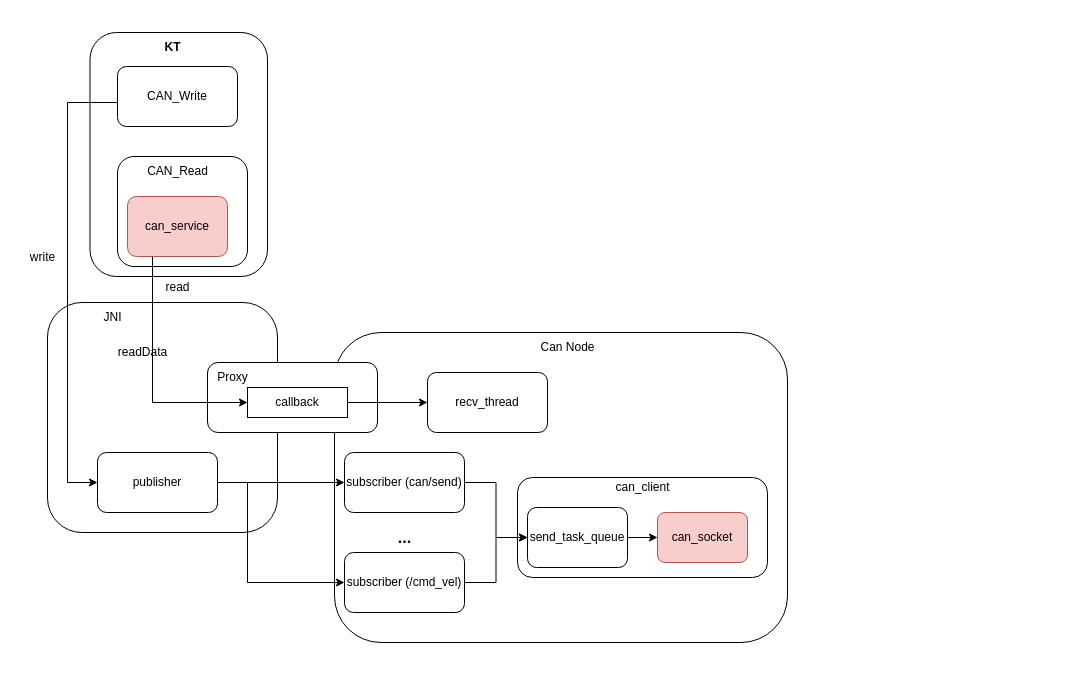
Before: page "双CAN代码+主从板结构示意图" (11 of 11) of nvq hardware学习.drawio in Jev0987/drawioFile, a draw.io diagram. Source tidied: cells renumbered, new cells numbered last; positions are measured from the earlier drawing's top-left corner, leaving out a move shared by most shapes. Both pictures are drawn from the tidied source at 100%, with x=0, y=0 at pixel (17, 32).
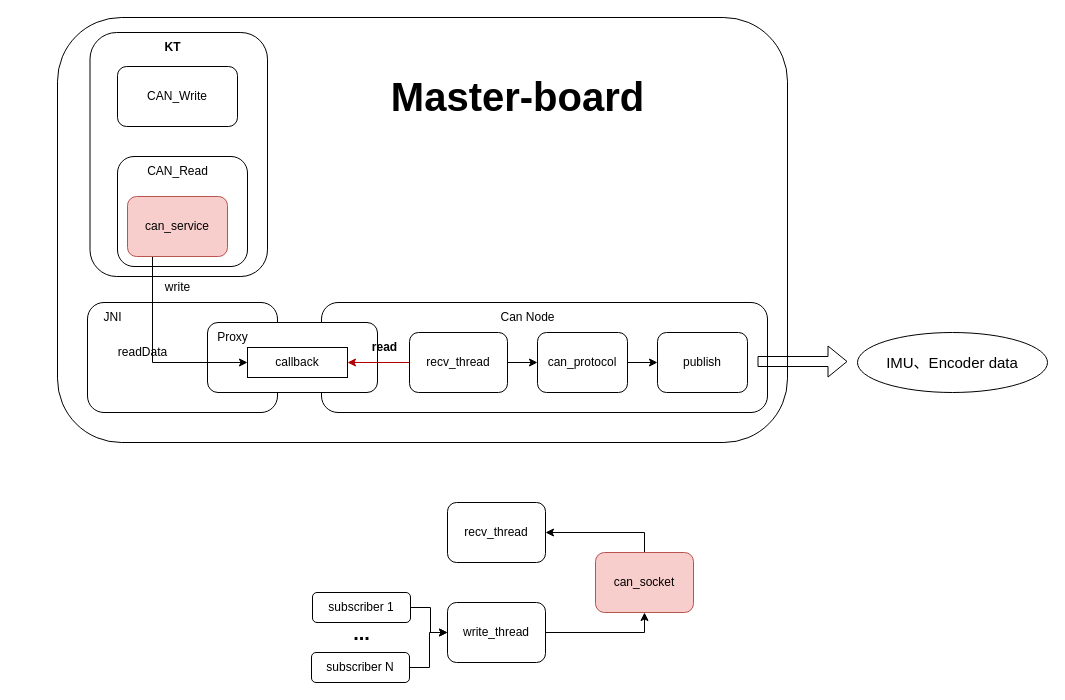
The same page after the edit.

The change refers to these unchanged cells:
```xml
<mxCell id="28" value="CAN_Write" style="rounded=1;whiteSpace=wrap;html=1;" parent="1" vertex="1">
  <mxGeometry x="100" y="34" width="120" height="60" as="geometry" />
</mxCell>
```

Diff of the diagram source:
```diff
@@
+    <mxCell id="35" style="rounded=1;whiteSpace=wrap;html=1;" parent="1" vertex="1">
+      <mxGeometry x="40" y="-15" width="730" height="425" as="geometry" />
+    </mxCell>
@@
     <mxCell id="4" style="rounded=1;whiteSpace=wrap;html=1;" parent="1" vertex="1">
-      <mxGeometry x="317" y="300" width="453" height="310" as="geometry" />
+      <mxGeometry x="304" y="270" width="446" height="110" as="geometry" />
     </mxCell>
-    <mxCell id="5" style="rounded=1;whiteSpace=wrap;html=1;" parent="1" vertex="1">
-      <mxGeometry x="500" y="445" width="250" height="100" as="geometry" />
-    </mxCell>
     <mxCell id="6" style="rounded=1;whiteSpace=wrap;html=1;" parent="1" vertex="1">
-      <mxGeometry x="30" y="270" width="230" height="230" as="geometry" />
+      <mxGeometry x="70" y="270" width="190" height="110" as="geometry" />
     </mxCell>
     <mxCell id="7" style="rounded=1;whiteSpace=wrap;html=1;" parent="1" vertex="1">
-      <mxGeometry x="190" y="330" width="170" height="70" as="geometry" />
+      <mxGeometry x="190" y="290" width="170" height="70" as="geometry" />
     </mxCell>
-    <mxCell id="8" style="edgeStyle=orthogonalEdgeStyle;rounded=0;jettySize=auto;html=1;exitX=1;exitY=0.5;exitDx=0;exitDy=0;entryX=0;entryY=0.5;entryDx=0;entryDy=0;" parent="1" edge="1" source="10" target="19">
-      <mxGeometry relative="1" as="geometry" />
-    </mxCell>
-    <mxCell id="9" style="edgeStyle=orthogonalEdgeStyle;rounded=0;jettySize=auto;html=1;exitX=1;exitY=0.5;exitDx=0;exitDy=0;entryX=0;entryY=0.5;entryDx=0;entryDy=0;" parent="1" edge="1" source="10" target="21">
-      <mxGeometry relative="1" as="geometry">
-        <Array as="points">
-          <mxPoint x="230" y="450" />
-          <mxPoint x="230" y="550" />
-        </Array>
-      </mxGeometry>
-    </mxCell>
-    <mxCell id="10" value="publisher" style="rounded=1;whiteSpace=wrap;html=1;" parent="1" vertex="1">
-      <mxGeometry x="80" y="420" width="120" height="60" as="geometry" />
-    </mxCell>
-    <mxCell id="11" style="edgeStyle=orthogonalEdgeStyle;rounded=0;jettySize=auto;html=1;exitX=0;exitY=0.5;exitDx=0;exitDy=0;entryX=0;entryY=0.5;entryDx=0;entryDy=0;" parent="1" edge="1" source="28" target="10">
-      <mxGeometry relative="1" as="geometry">
-        <Array as="points">
-          <mxPoint x="50" y="70" />
-          <mxPoint x="50" y="450" />
-        </Array>
-      </mxGeometry>
-    </mxCell>
@@
-    <mxCell id="15" value="can_client" style="text;html=1;align=center;verticalAlign=middle;strokeColor=none;fillColor=none;" parent="1" vertex="1">
-      <mxGeometry x="585" y="440" width="80" height="30" as="geometry" />
-    </mxCell>
     <mxCell id="16" value="Can Node" style="text;html=1;align=center;verticalAlign=middle;strokeColor=none;fillColor=none;" parent="1" vertex="1">
-      <mxGeometry x="510" y="300" width="80" height="30" as="geometry" />
+      <mxGeometry x="470" y="270" width="80" height="30" as="geometry" />
     </mxCell>
-    <mxCell id="17" value="can_socket" style="rounded=1;whiteSpace=wrap;html=1;fillColor=#f8cecc;strokeColor=#b85450;" parent="1" vertex="1">
-      <mxGeometry x="640" y="480" width="90" height="50" as="geometry" />
-    </mxCell>
-    <mxCell id="18" style="edgeStyle=orthogonalEdgeStyle;rounded=0;jettySize=auto;html=1;exitX=1;exitY=0.5;exitDx=0;exitDy=0;entryX=0;entryY=0.5;entryDx=0;entryDy=0;" parent="1" edge="1" source="19" target="24">
-      <mxGeometry relative="1" as="geometry" />
-    </mxCell>
-    <mxCell id="19" value="subscriber (can/send)" style="rounded=1;whiteSpace=wrap;html=1;" parent="1" vertex="1">
-      <mxGeometry x="327" y="420" width="120" height="60" as="geometry" />
-    </mxCell>
-    <mxCell id="20" style="edgeStyle=orthogonalEdgeStyle;rounded=0;jettySize=auto;html=1;exitX=1;exitY=0.5;exitDx=0;exitDy=0;entryX=0;entryY=0.5;entryDx=0;entryDy=0;" parent="1" edge="1" source="21" target="24">
-      <mxGeometry relative="1" as="geometry" />
-    </mxCell>
-    <mxCell id="21" value="subscriber (/cmd_vel)" style="rounded=1;whiteSpace=wrap;html=1;" parent="1" vertex="1">
-      <mxGeometry x="327" y="520" width="120" height="60" as="geometry" />
-    </mxCell>
-    <mxCell id="22" value="&lt;b&gt;&lt;font style=&quot;font-size: 16px;&quot;&gt;...&lt;/font&gt;&lt;/b&gt;" style="text;html=1;align=center;verticalAlign=middle;strokeColor=none;fillColor=none;" parent="1" vertex="1">
-      <mxGeometry x="367" y="490" width="40" height="30" as="geometry" />
-    </mxCell>
-    <mxCell id="23" style="edgeStyle=orthogonalEdgeStyle;rounded=0;jettySize=auto;html=1;exitX=1;exitY=0.5;exitDx=0;exitDy=0;entryX=0;entryY=0.5;entryDx=0;entryDy=0;" parent="1" edge="1" source="24" target="17">
-      <mxGeometry relative="1" as="geometry" />
-    </mxCell>
-    <mxCell id="24" value="send_task_queue" style="rounded=1;whiteSpace=wrap;html=1;" parent="1" vertex="1">
-      <mxGeometry x="510" y="475" width="100" height="60" as="geometry" />
-    </mxCell>
-    <mxCell id="25" value="write" style="text;html=1;align=center;verticalAlign=middle;strokeColor=none;fillColor=none;" parent="1" vertex="1">
-      <mxGeometry y="210" width="50" height="30" as="geometry" />
-    </mxCell>
-    <mxCell id="26" value="read" style="text;html=1;align=center;verticalAlign=middle;strokeColor=none;fillColor=none;" parent="1" vertex="1">
+    <mxCell id="26" value="write" style="text;html=1;align=center;verticalAlign=middle;strokeColor=none;fillColor=none;" parent="1" vertex="1">
       <mxGeometry x="135" y="240" width="50" height="30" as="geometry" />
     </mxCell>
@@
-    <mxCell id="31" style="edgeStyle=orthogonalEdgeStyle;rounded=0;jettySize=auto;html=1;exitX=1;exitY=0.5;exitDx=0;exitDy=0;entryX=0;entryY=0.5;entryDx=0;entryDy=0;" parent="1" edge="1" source="32" target="34">
-      <mxGeometry relative="1" as="geometry" />
-    </mxCell>
     <mxCell id="32" value="callback" style="whiteSpace=wrap;html=1;" parent="1" vertex="1">
-      <mxGeometry x="230" y="355" width="100" height="30" as="geometry" />
+      <mxGeometry x="230" y="315" width="100" height="30" as="geometry" />
     </mxCell>
     <mxCell id="33" value="Proxy" style="text;html=1;align=center;verticalAlign=middle;strokeColor=none;fillColor=none;" parent="1" vertex="1">
-      <mxGeometry x="190" y="330" width="50" height="30" as="geometry" />
+      <mxGeometry x="190" y="290" width="50" height="30" as="geometry" />
     </mxCell>
+    <mxCell id="36" style="edgeStyle=orthogonalEdgeStyle;rounded=0;jettySize=auto;html=1;exitX=1;exitY=0.5;exitDx=0;exitDy=0;entryX=0;entryY=0.5;entryDx=0;entryDy=0;" parent="1" edge="1" source="34" target="39">
+      <mxGeometry relative="1" as="geometry" />
+    </mxCell>
+    <mxCell id="37" style="edgeStyle=orthogonalEdgeStyle;rounded=0;jettySize=auto;html=1;exitX=0;exitY=0.5;exitDx=0;exitDy=0;entryX=1;entryY=0.5;entryDx=0;entryDy=0;fillColor=#e51400;strokeColor=light-dark(#B20000, #fa0000);" parent="1" edge="1" source="34" target="32">
+      <mxGeometry relative="1" as="geometry" />
+    </mxCell>
     <mxCell id="34" value="recv_thread" style="rounded=1;whiteSpace=wrap;html=1;" parent="1" vertex="1">
-      <mxGeometry x="410" y="340" width="120" height="60" as="geometry" />
+      <mxGeometry x="392" y="300" width="98" height="60" as="geometry" />
     </mxCell>
+    <mxCell id="38" style="edgeStyle=orthogonalEdgeStyle;rounded=0;jettySize=auto;html=1;exitX=1;exitY=0.5;exitDx=0;exitDy=0;entryX=0;entryY=0.5;entryDx=0;entryDy=0;" parent="1" edge="1" source="39" target="40">
+      <mxGeometry relative="1" as="geometry" />
+    </mxCell>
+    <mxCell id="39" value="can_protocol" style="rounded=1;whiteSpace=wrap;html=1;" parent="1" vertex="1">
+      <mxGeometry x="520" y="300" width="90" height="60" as="geometry" />
+    </mxCell>
+    <mxCell id="40" value="publish" style="rounded=1;whiteSpace=wrap;html=1;" parent="1" vertex="1">
+      <mxGeometry x="640" y="300" width="90" height="60" as="geometry" />
+    </mxCell>
+    <mxCell id="41" value="&lt;b&gt;&lt;font style=&quot;font-size: 40px;&quot;&gt;Master-board&lt;/font&gt;&lt;/b&gt;" style="text;html=1;align=center;verticalAlign=middle;strokeColor=none;fillColor=none;" parent="1" vertex="1">
+      <mxGeometry x="360" y="34" width="280" height="60" as="geometry" />
+    </mxCell>
+    <mxCell id="42" value="&lt;font style=&quot;font-size: 15px;&quot;&gt;IMU、Encoder data&lt;/font&gt;" style="ellipse;whiteSpace=wrap;html=1;" parent="1" vertex="1">
+      <mxGeometry x="840" y="300" width="190" height="60" as="geometry" />
+    </mxCell>
+    <mxCell id="43" style="shape=flexArrow;endArrow=classic;html=1;rounded=0;" parent="1" edge="1">
+      <mxGeometry relative="1" as="geometry">
+        <mxPoint x="740" y="329" as="sourcePoint" />
+        <mxPoint x="830" y="329" as="targetPoint" />
+      </mxGeometry>
+    </mxCell>
+    <mxCell id="44" value="&lt;b&gt;read&lt;/b&gt;" style="text;html=1;align=center;verticalAlign=middle;strokeColor=none;fillColor=none;" parent="1" vertex="1">
+      <mxGeometry x="342" y="300" width="50" height="30" as="geometry" />
+    </mxCell>
+    <mxCell id="45" value="recv_thread" style="rounded=1;whiteSpace=wrap;html=1;" parent="1" vertex="1">
+      <mxGeometry x="430" y="470" width="98" height="60" as="geometry" />
+    </mxCell>
+    <mxCell id="46" style="edgeStyle=orthogonalEdgeStyle;rounded=0;jettySize=auto;html=1;exitX=1;exitY=0.5;exitDx=0;exitDy=0;entryX=0.5;entryY=1;entryDx=0;entryDy=0;" parent="1" edge="1" source="47" target="17">
+      <mxGeometry relative="1" as="geometry" />
+    </mxCell>
+    <mxCell id="47" value="write_thread" style="rounded=1;whiteSpace=wrap;html=1;" parent="1" vertex="1">
+      <mxGeometry x="430" y="570" width="98" height="60" as="geometry" />
+    </mxCell>
+    <mxCell id="48" style="edgeStyle=orthogonalEdgeStyle;rounded=0;jettySize=auto;html=1;exitX=0.5;exitY=0;exitDx=0;exitDy=0;entryX=1;entryY=0.5;entryDx=0;entryDy=0;" parent="1" edge="1" source="17" target="45">
+      <mxGeometry relative="1" as="geometry" />
+    </mxCell>
+    <mxCell id="17" value="can_socket" style="rounded=1;whiteSpace=wrap;html=1;fillColor=#f8cecc;strokeColor=#b85450;" parent="1" vertex="1">
+      <mxGeometry x="578" y="520" width="98" height="60" as="geometry" />
+    </mxCell>
+    <mxCell id="49" style="edgeStyle=orthogonalEdgeStyle;rounded=0;jettySize=auto;html=1;exitX=1;exitY=0.5;exitDx=0;exitDy=0;entryX=0;entryY=0.5;entryDx=0;entryDy=0;" parent="1" edge="1" source="50" target="47">
+      <mxGeometry relative="1" as="geometry" />
+    </mxCell>
+    <mxCell id="50" value="subscriber 1" style="rounded=1;whiteSpace=wrap;html=1;" parent="1" vertex="1">
+      <mxGeometry x="295" y="560" width="98" height="30" as="geometry" />
+    </mxCell>
+    <mxCell id="51" style="edgeStyle=orthogonalEdgeStyle;rounded=0;jettySize=auto;html=1;exitX=1;exitY=0.5;exitDx=0;exitDy=0;entryX=0;entryY=0.5;entryDx=0;entryDy=0;" parent="1" edge="1" source="52" target="47">
+      <mxGeometry relative="1" as="geometry" />
+    </mxCell>
+    <mxCell id="52" value="subscriber N" style="rounded=1;whiteSpace=wrap;html=1;" parent="1" vertex="1">
+      <mxGeometry x="294" y="620" width="98" height="30" as="geometry" />
+    </mxCell>
+    <mxCell id="22" value="&lt;b&gt;&lt;font style=&quot;font-size: 20px;&quot;&gt;...&lt;/font&gt;&lt;/b&gt;" style="text;html=1;align=center;verticalAlign=middle;strokeColor=none;fillColor=none;" parent="1" vertex="1">
+      <mxGeometry x="324" y="580" width="40" height="40" as="geometry" />
+    </mxCell>
```
